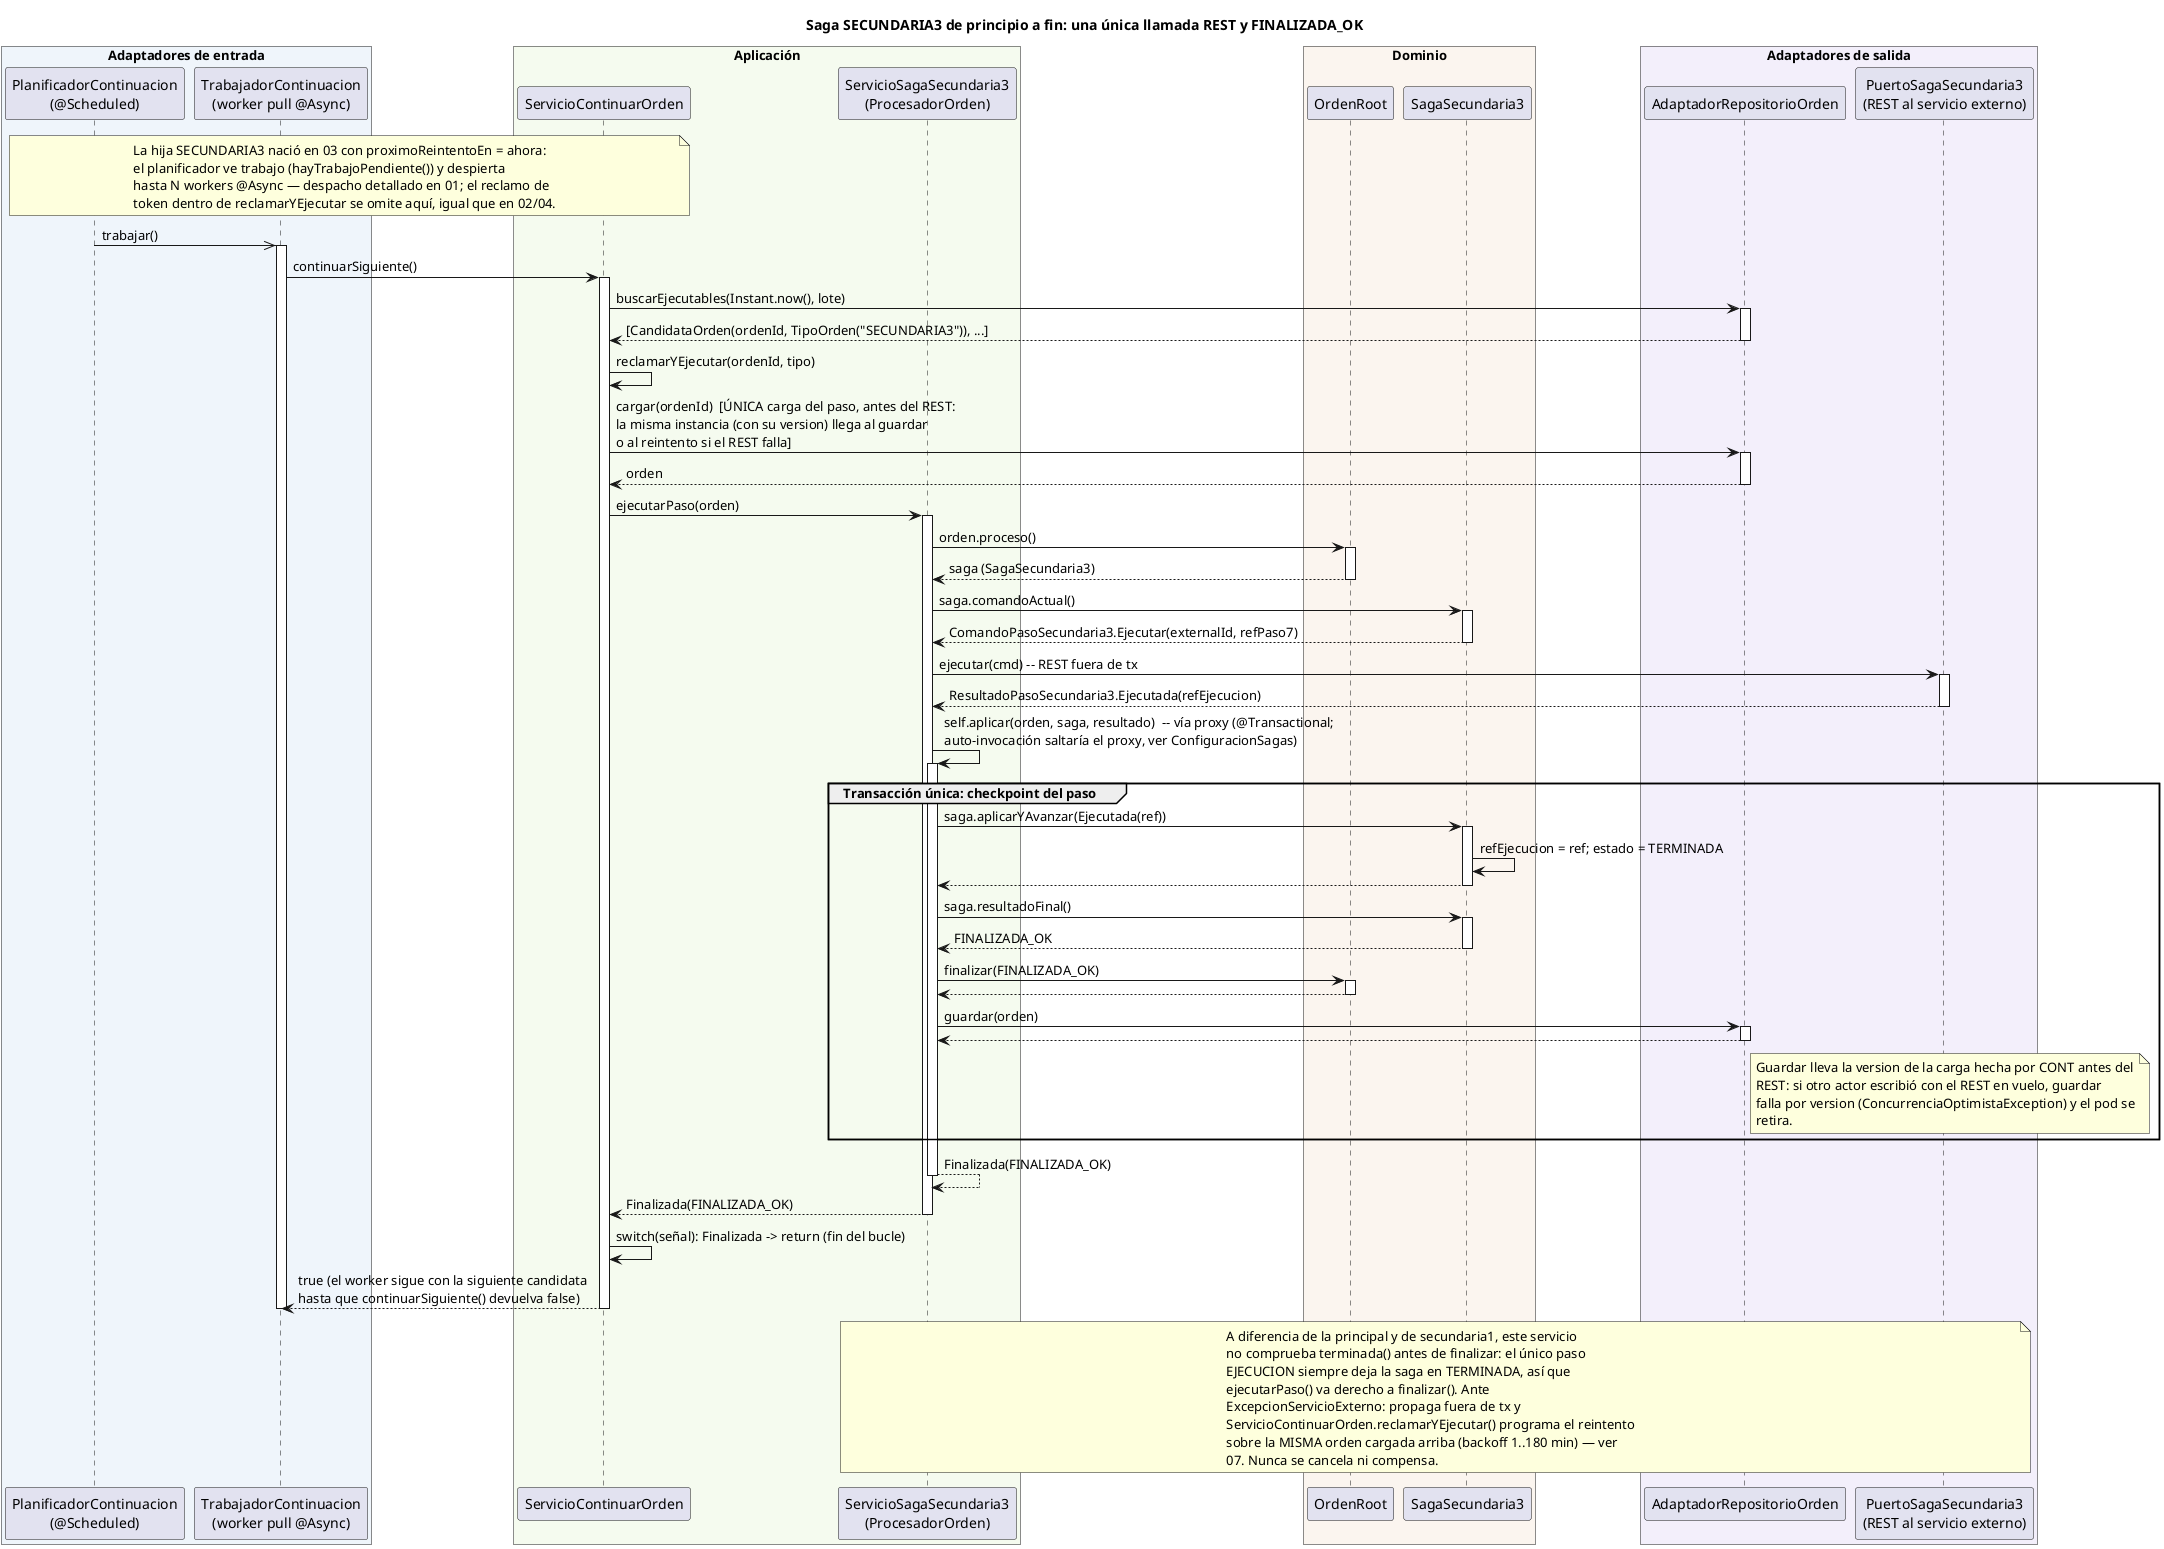
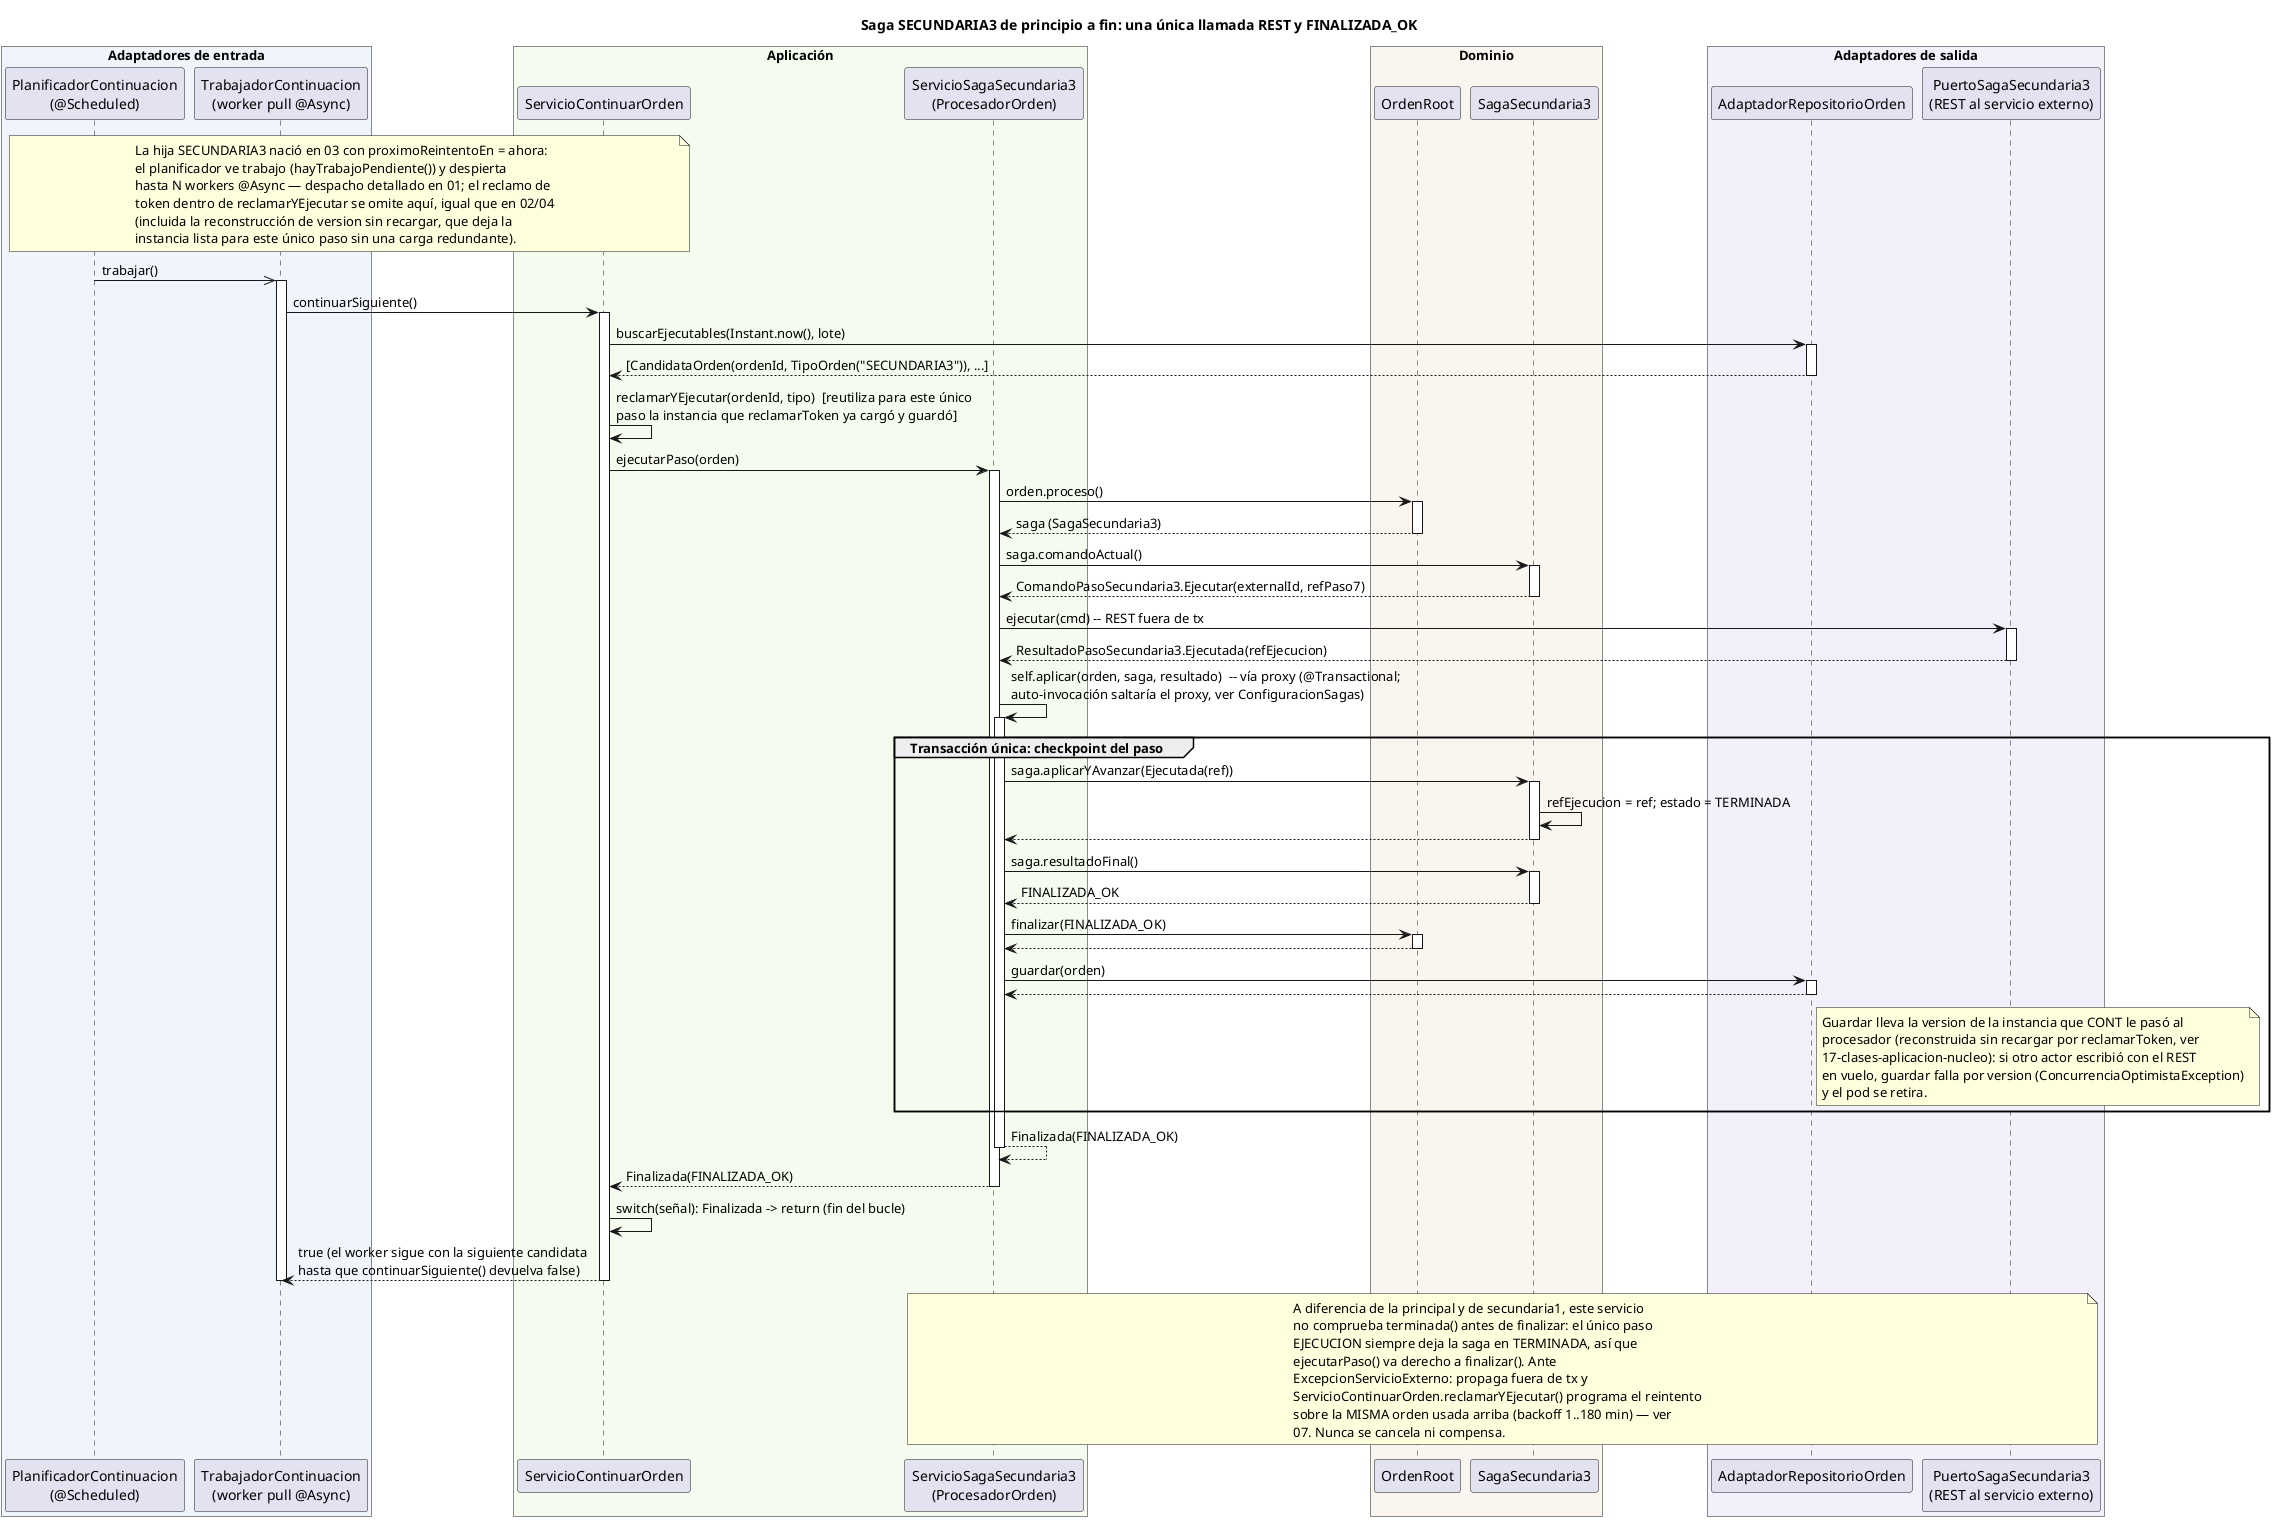
@startuml 06-saga-secundaria3
title Saga SECUNDARIA3 de principio a fin: una única llamada REST y FINALIZADA_OK

box "Adaptadores de entrada" #EFF5FB
  participant "PlanificadorContinuacion\n(@Scheduled)" as PLAN
  participant "TrabajadorContinuacion\n(worker pull @Async)" as TRAB
end box
box "Aplicación" #F5FBEF
  participant "ServicioContinuarOrden" as CONT
  participant "ServicioSagaSecundaria3\n(ProcesadorOrden)" as ORQ
end box
box "Dominio" #FBF5EF
  participant "OrdenRoot" as ORDEN
  participant "SagaSecundaria3" as SAGA
end box
box "Adaptadores de salida" #F3EFFB
  participant "AdaptadorRepositorioOrden" as REPO
  participant "PuertoSagaSecundaria3\n(REST al servicio externo)" as PSIM
end box

note over PLAN, CONT
  La hija SECUNDARIA3 nació en 03 con proximoReintentoEn = ahora:
  el planificador ve trabajo (hayTrabajoPendiente()) y despierta
  hasta N workers @Async — despacho detallado en 01; el reclamo de
-   token dentro de reclamarYEjecutar se omite aquí, igual que en 02/04.
+   token dentro de reclamarYEjecutar se omite aquí, igual que en 02/04
+   (incluida la reconstrucción de version sin recargar, que deja la
+   instancia lista para este único paso sin una carga redundante).
end note

PLAN ->> TRAB : trabajar()
activate TRAB
TRAB -> CONT ++ : continuarSiguiente()
CONT -> REPO ++ : buscarEjecutables(Instant.now(), lote)
return [CandidataOrden(ordenId, TipoOrden("SECUNDARIA3")), ...]
- CONT -> CONT : reclamarYEjecutar(ordenId, tipo)
- CONT -> REPO ++ : cargar(ordenId)  [ÚNICA carga del paso, antes del REST:\nla misma instancia (con su version) llega al guardar\no al reintento si el REST falla]
- return orden
+ CONT -> CONT : reclamarYEjecutar(ordenId, tipo)  [reutiliza para este único\npaso la instancia que reclamarToken ya cargó y guardó]
CONT -> ORQ ++ : ejecutarPaso(orden)
ORQ -> ORDEN ++ : orden.proceso()
return saga (SagaSecundaria3)
ORQ -> SAGA ++ : saga.comandoActual()
return ComandoPasoSecundaria3.Ejecutar(externalId, refPaso7)
ORQ -> PSIM ++ : ejecutar(cmd) -- REST fuera de tx
return ResultadoPasoSecundaria3.Ejecutada(refEjecucion)
ORQ -> ORQ ++ : self.aplicar(orden, saga, resultado)  -- vía proxy (@Transactional;\nauto-invocación saltaría el proxy, ver ConfiguracionSagas)
group Transacción única: checkpoint del paso
  ORQ -> SAGA ++ : saga.aplicarYAvanzar(Ejecutada(ref))
  SAGA -> SAGA : refEjecucion = ref; estado = TERMINADA
  return
  ORQ -> SAGA ++ : saga.resultadoFinal()
  return FINALIZADA_OK
  ORQ -> ORDEN ++ : finalizar(FINALIZADA_OK)
  return
  ORQ -> REPO ++ : guardar(orden)
  return
  note right of REPO
-     Guardar lleva la version de la carga hecha por CONT antes del
-     REST: si otro actor escribió con el REST en vuelo, guardar
-     falla por version (ConcurrenciaOptimistaException) y el pod se
-     retira.
+     Guardar lleva la version de la instancia que CONT le pasó al
+     procesador (reconstruida sin recargar por reclamarToken, ver
+     17-clases-aplicacion-nucleo): si otro actor escribió con el REST
+     en vuelo, guardar falla por version (ConcurrenciaOptimistaException)
+     y el pod se retira.
  end note
end
return Finalizada(FINALIZADA_OK)
return Finalizada(FINALIZADA_OK)
CONT -> CONT : switch(señal): Finalizada -> return (fin del bucle)
return true (el worker sigue con la siguiente candidata\nhasta que continuarSiguiente() devuelva false)
deactivate TRAB

note over ORQ, PSIM
  A diferencia de la principal y de secundaria1, este servicio
  no comprueba terminada() antes de finalizar: el único paso
  EJECUCION siempre deja la saga en TERMINADA, así que
  ejecutarPaso() va derecho a finalizar(). Ante
  ExcepcionServicioExterno: propaga fuera de tx y
  ServicioContinuarOrden.reclamarYEjecutar() programa el reintento
-   sobre la MISMA orden cargada arriba (backoff 1..180 min) — ver
+   sobre la MISMA orden usada arriba (backoff 1..180 min) — ver
  07. Nunca se cancela ni compensa.
end note
@enduml
